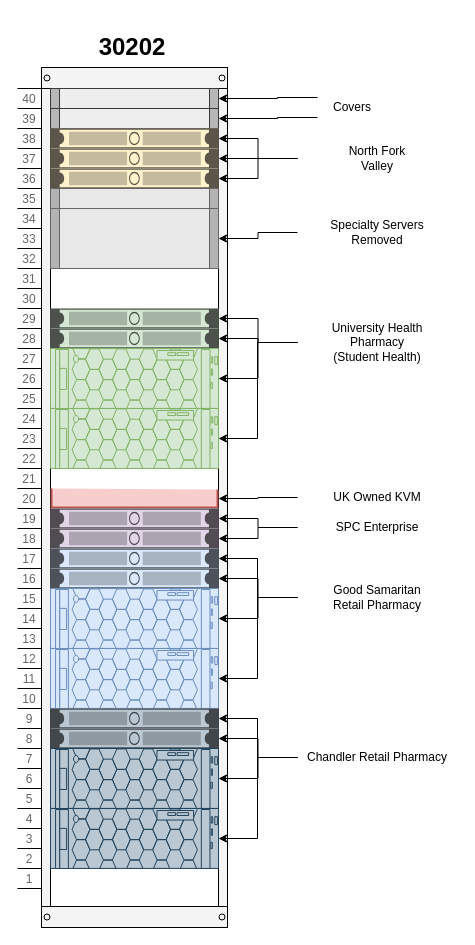
This is page "Page-1" (1 of 2) of Untitled Diagram.drawio from chazdky/Comp-Journals, a draw.io file, before an edit. Source tidied: cells renumbered, new cells numbered last; positions are measured from the earlier drawing's top-left corner, leaving out a move shared by most shapes. Both pictures are drawn from the tidied source at 100%, with x=0, y=0 at pixel (17, 27).
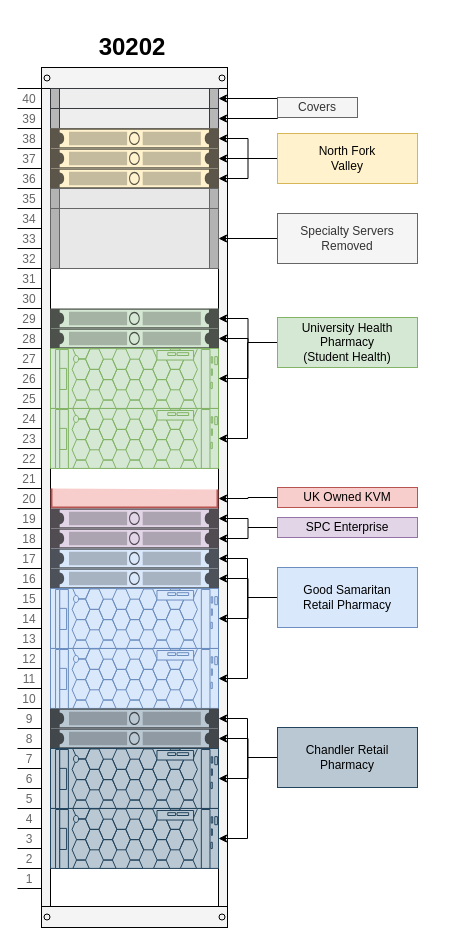
The same diagram, later.

Unchanged cells that the change refers to:
```xml
<mxCell id="13" style="strokeColor=#82b366;html=1;labelPosition=right;align=left;spacingLeft=15;shadow=0;dashed=0;outlineConnect=0;shape=mxgraph.rack.dell.poweredge_r940;fillColor=#d5e8d4;" parent="2" vertex="1">
  <mxGeometry x="33" y="341" width="168" height="60" as="geometry" />
</mxCell>
<mxCell id="17" style="strokeColor=#6c8ebf;html=1;labelPosition=right;align=left;spacingLeft=15;shadow=0;dashed=0;outlineConnect=0;shape=mxgraph.rack.general.1u_rack_server;fillColor=#dae8fc;" parent="2" vertex="1">
  <mxGeometry x="33" y="481" width="168" height="20" as="geometry" />
</mxCell>
<mxCell id="20" style="strokeColor=#6c8ebf;html=1;labelPosition=right;align=left;spacingLeft=15;shadow=0;dashed=0;outlineConnect=0;shape=mxgraph.rack.dell.poweredge_r940;fillColor=#dae8fc;" parent="2" vertex="1">
  <mxGeometry x="33" y="581" width="168" height="60" as="geometry" />
</mxCell>
<mxCell id="21" style="strokeColor=#23445d;html=1;labelPosition=right;align=left;spacingLeft=15;shadow=0;dashed=0;outlineConnect=0;shape=mxgraph.rack.general.1u_rack_server;fillColor=#bac8d3;" parent="2" vertex="1">
  <mxGeometry x="33" y="641" width="168" height="20" as="geometry" />
</mxCell>
<mxCell id="24" style="strokeColor=#23445d;html=1;labelPosition=right;align=left;spacingLeft=15;shadow=0;dashed=0;outlineConnect=0;shape=mxgraph.rack.dell.poweredge_r940;fillColor=#bac8d3;" parent="2" vertex="1">
  <mxGeometry x="33" y="741" width="168" height="60" as="geometry" />
</mxCell>
```

The edit, as a diff of the source:
```diff
@@
-    <mxCell id="28" value="Covers&lt;br&gt;" style="text;html=1;strokeColor=none;fillColor=none;align=center;verticalAlign=middle;whiteSpace=wrap;rounded=0;" parent="1" vertex="1">
-      <mxGeometry x="300" y="70" width="70" height="20" as="geometry" />
+    <mxCell id="28" value="Covers&lt;br&gt;" style="text;html=1;strokeColor=#666666;fillColor=#f5f5f5;align=center;verticalAlign=middle;whiteSpace=wrap;rounded=0;fontColor=#333333;" parent="1" vertex="1">
+      <mxGeometry x="260" y="70" width="80" height="20" as="geometry" />
     </mxCell>
@@
-    <mxCell id="32" value="North Fork&lt;br&gt;Valley" style="text;html=1;strokeColor=none;fillColor=none;align=center;verticalAlign=middle;whiteSpace=wrap;rounded=0;" parent="1" vertex="1">
-      <mxGeometry x="280" y="106" width="160" height="50" as="geometry" />
+    <mxCell id="32" value="North Fork&lt;br&gt;Valley" style="text;html=1;strokeColor=#d6b656;fillColor=#fff2cc;align=center;verticalAlign=middle;whiteSpace=wrap;rounded=0;" parent="1" vertex="1">
+      <mxGeometry x="260" y="106" width="140" height="50" as="geometry" />
     </mxCell>
@@
-    <mxCell id="34" value="Specialty Servers&lt;br&gt;Removed" style="text;html=1;strokeColor=none;fillColor=none;align=center;verticalAlign=middle;whiteSpace=wrap;rounded=0;" parent="1" vertex="1">
-      <mxGeometry x="280" y="180" width="160" height="50" as="geometry" />
+    <mxCell id="34" value="Specialty Servers&lt;br&gt;Removed" style="text;html=1;strokeColor=#666666;fillColor=#f5f5f5;align=center;verticalAlign=middle;whiteSpace=wrap;rounded=0;fontColor=#333333;" parent="1" vertex="1">
+      <mxGeometry x="260" y="186" width="140" height="50" as="geometry" />
     </mxCell>
@@
     <mxCell id="38" style="edgeStyle=orthogonalEdgeStyle;rounded=0;jettySize=auto;html=1;" parent="1" edge="1" source="39" target="13">
       <mxGeometry relative="1" as="geometry">
         <Array as="points">
-          <mxPoint x="240" y="315" />
-          <mxPoint x="240" y="411" />
+          <mxPoint x="230" y="315" />
+          <mxPoint x="230" y="411" />
         </Array>
       </mxGeometry>
     </mxCell>
-    <mxCell id="39" value="University Health &lt;br&gt;Pharmacy&lt;br&gt;(Student Health)" style="text;html=1;strokeColor=none;fillColor=none;align=center;verticalAlign=middle;whiteSpace=wrap;rounded=0;" parent="1" vertex="1">
-      <mxGeometry x="280" y="290" width="160" height="50" as="geometry" />
+    <mxCell id="39" value="University Health &lt;br&gt;Pharmacy&lt;br&gt;(Student Health)" style="text;html=1;strokeColor=#82b366;fillColor=#d5e8d4;align=center;verticalAlign=middle;whiteSpace=wrap;rounded=0;" parent="1" vertex="1">
+      <mxGeometry x="260" y="290" width="140" height="50" as="geometry" />
     </mxCell>
@@
-    <mxCell id="41" value="UK Owned KVM" style="text;html=1;strokeColor=none;fillColor=none;align=center;verticalAlign=middle;whiteSpace=wrap;rounded=0;" parent="1" vertex="1">
-      <mxGeometry x="280" y="460" width="160" height="20" as="geometry" />
+    <mxCell id="41" value="UK Owned KVM" style="text;html=1;strokeColor=#b85450;fillColor=#f8cecc;align=center;verticalAlign=middle;whiteSpace=wrap;rounded=0;" parent="1" vertex="1">
+      <mxGeometry x="260" y="460" width="140" height="20" as="geometry" />
     </mxCell>
@@
-    <mxCell id="44" value="SPC Enterprise" style="text;html=1;strokeColor=none;fillColor=none;align=center;verticalAlign=middle;whiteSpace=wrap;rounded=0;" parent="1" vertex="1">
-      <mxGeometry x="280" y="490" width="160" height="20" as="geometry" />
+    <mxCell id="44" value="SPC Enterprise" style="text;html=1;strokeColor=#9673a6;fillColor=#e1d5e7;align=center;verticalAlign=middle;whiteSpace=wrap;rounded=0;" parent="1" vertex="1">
+      <mxGeometry x="260" y="490" width="140" height="20" as="geometry" />
     </mxCell>
@@
     <mxCell id="47" style="edgeStyle=orthogonalEdgeStyle;rounded=0;jettySize=auto;html=1;" parent="1" edge="1" source="49" target="17">
       <mxGeometry relative="1" as="geometry">
         <Array as="points">
-          <mxPoint x="240" y="570" />
-          <mxPoint x="240" y="531" />
+          <mxPoint x="230" y="570" />
+          <mxPoint x="230" y="531" />
         </Array>
       </mxGeometry>
     </mxCell>
     <mxCell id="48" style="edgeStyle=orthogonalEdgeStyle;rounded=0;jettySize=auto;html=1;" parent="1" edge="1" source="49" target="20">
       <mxGeometry relative="1" as="geometry">
         <Array as="points">
-          <mxPoint x="240" y="570" />
-          <mxPoint x="240" y="651" />
+          <mxPoint x="230" y="570" />
+          <mxPoint x="230" y="651" />
         </Array>
       </mxGeometry>
     </mxCell>
-    <mxCell id="49" value="Good Samaritan&lt;br&gt;Retail Pharmacy" style="text;html=1;strokeColor=none;fillColor=none;align=center;verticalAlign=middle;whiteSpace=wrap;rounded=0;" parent="1" vertex="1">
-      <mxGeometry x="280" y="560" width="160" height="20" as="geometry" />
+    <mxCell id="49" value="Good Samaritan&lt;br&gt;Retail Pharmacy" style="text;html=1;strokeColor=#6c8ebf;fillColor=#dae8fc;align=center;verticalAlign=middle;whiteSpace=wrap;rounded=0;" parent="1" vertex="1">
+      <mxGeometry x="260" y="540" width="140" height="60" as="geometry" />
     </mxCell>
@@
     <mxCell id="52" style="edgeStyle=orthogonalEdgeStyle;rounded=0;jettySize=auto;html=1;" parent="1" edge="1" source="54" target="21">
       <mxGeometry relative="1" as="geometry">
         <Array as="points">
-          <mxPoint x="240" y="730" />
-          <mxPoint x="240" y="691" />
+          <mxPoint x="230" y="730" />
+          <mxPoint x="230" y="691" />
         </Array>
       </mxGeometry>
     </mxCell>
     <mxCell id="53" style="edgeStyle=orthogonalEdgeStyle;rounded=0;jettySize=auto;html=1;" parent="1" edge="1" source="54" target="24">
       <mxGeometry relative="1" as="geometry">
         <Array as="points">
-          <mxPoint x="240" y="730" />
-          <mxPoint x="240" y="811" />
+          <mxPoint x="230" y="730" />
+          <mxPoint x="230" y="811" />
         </Array>
       </mxGeometry>
     </mxCell>
-    <mxCell id="54" value="Chandler Retail Pharmacy" style="text;html=1;strokeColor=none;fillColor=none;align=center;verticalAlign=middle;whiteSpace=wrap;rounded=0;" parent="1" vertex="1">
-      <mxGeometry x="280" y="720" width="160" height="20" as="geometry" />
+    <mxCell id="54" value="Chandler Retail Pharmacy" style="text;html=1;strokeColor=#23445d;fillColor=#bac8d3;align=center;verticalAlign=middle;whiteSpace=wrap;rounded=0;" parent="1" vertex="1">
+      <mxGeometry x="260" y="700" width="140" height="60" as="geometry" />
     </mxCell>
```
